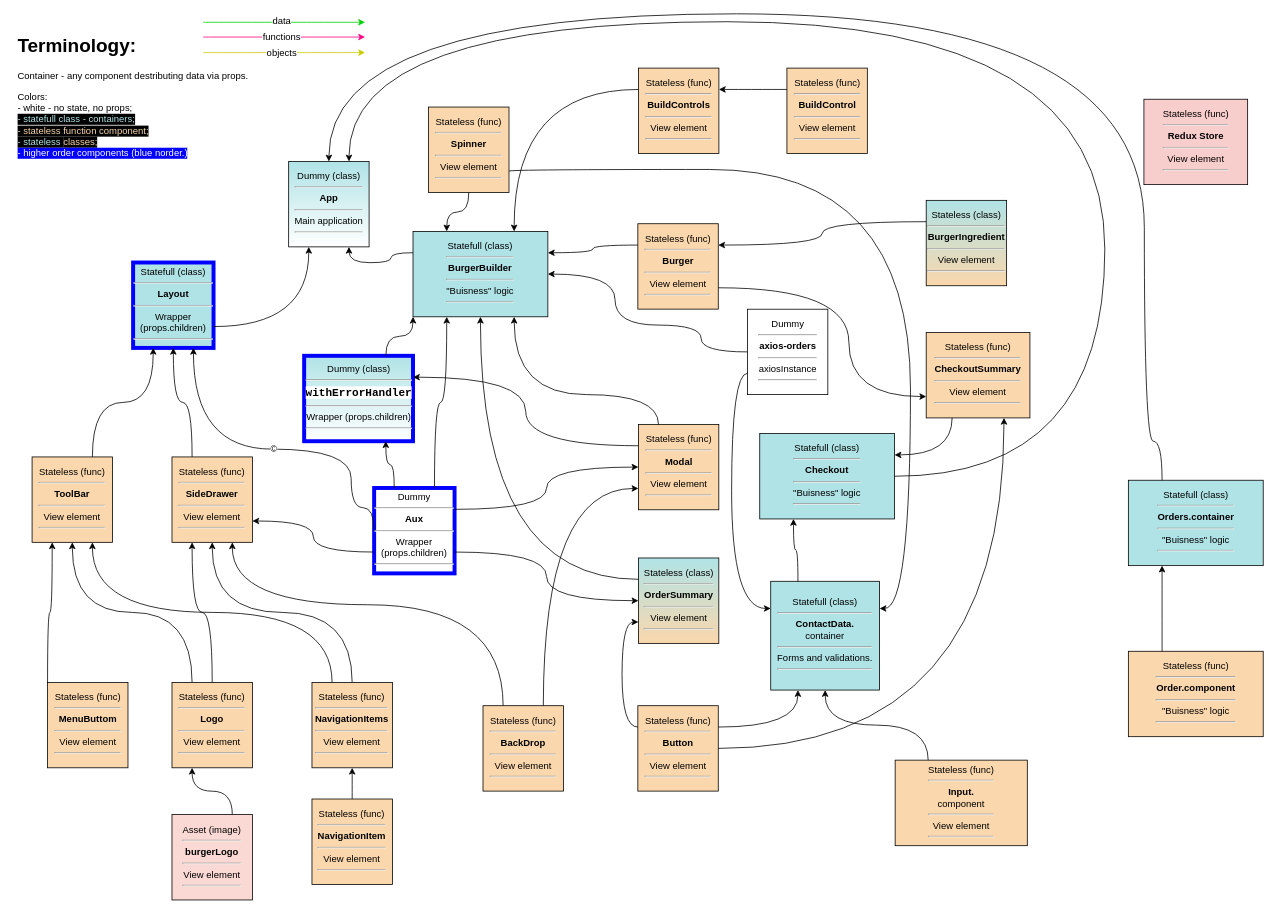
Before: page "Application stracture" (5 of 5) of burger-builder.drawio in Sergey190309/burger-builder, a draw.io diagram. Source tidied: cells renumbered, new cells numbered last; positions are measured from the earlier drawing's top-left corner, leaving out a move shared by most shapes. Both pictures are drawn from the tidied source at 79%, with x=0, y=0 at pixel (13, 13).
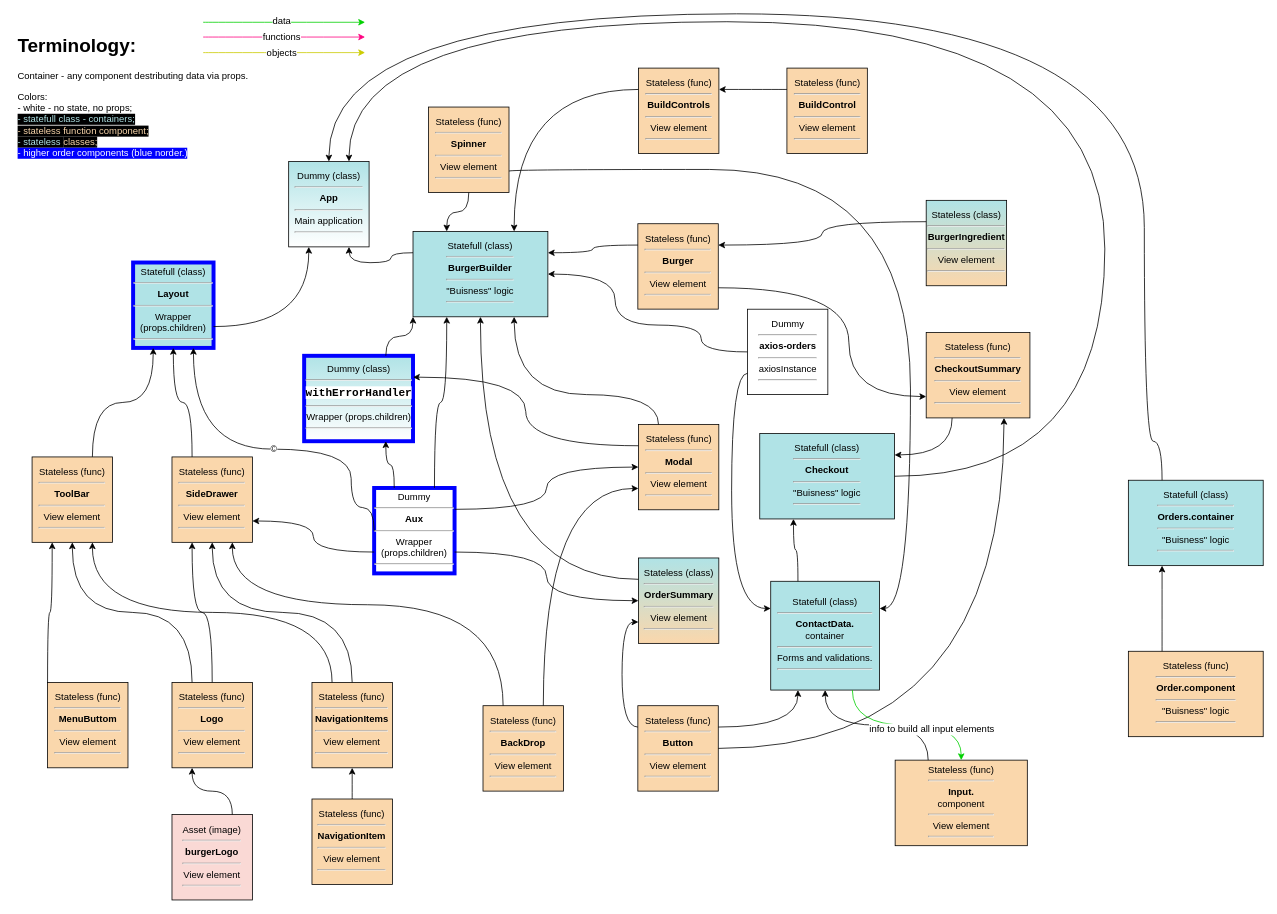
After the change.

The change refers to these unchanged cells:
```xml
<mxCell id="36" value="Statefull (class)&lt;br&gt;&lt;hr&gt;&lt;b&gt;ContactData.&lt;br&gt;&lt;/b&gt;container&lt;br&gt;&lt;hr&gt;Forms and validations.&lt;br&gt;&lt;hr&gt;" style="rounded=0;whiteSpace=wrap;html=1;fillColor=#b0e3e6;strokeColor=#000000;arcSize=0;glass=0;comic=0;shadow=0;" parent="9" vertex="1">
  <mxGeometry x="958.1" y="718.3" width="137.8" height="137.7" as="geometry" />
</mxCell>
<mxCell id="39" value="Stateless (func)&lt;br&gt;&lt;hr&gt;&lt;b&gt;Input.&lt;br&gt;&lt;/b&gt;component&lt;br&gt;&lt;hr&gt;View element&lt;br&gt;&lt;hr&gt;" style="rounded=0;whiteSpace=wrap;html=1;fillColor=#fad7ac;strokeColor=#000000;arcSize=0;glass=0;comic=0;shadow=0;" parent="9" vertex="1">
  <mxGeometry x="1115.6" y="944.7" width="167.3" height="108.3" as="geometry" />
</mxCell>
```

What changed in the source:
```diff
@@
-    <mxCell id="40" parent="0" />
-    <mxCell id="41" value="Stateless (func)&lt;br&gt;&lt;hr&gt;&lt;b&gt;Redux Store&lt;/b&gt;&lt;br&gt;&lt;hr&gt;View element&lt;br&gt;&lt;hr&gt;" style="rounded=0;whiteSpace=wrap;html=1;fillColor=#f8cecc;strokeColor=#000000;arcSize=0;glass=0;comic=0;shadow=0;" parent="40" vertex="1">
-      <mxGeometry x="1430.5" y="108.1" width="131.3" height="108.1" as="geometry" />
-    </mxCell>
@@
+    <mxCell id="86" parent="0" />
+    <mxCell id="87" style="edgeStyle=orthogonalEdgeStyle;curved=1;rounded=0;jettySize=auto;html=1;exitX=0.75;exitY=1;exitDx=0;exitDy=0;entryX=0.5;entryY=0;entryDx=0;entryDy=0;strokeColor=#00D100;" parent="86" edge="1" source="36" target="39">
+      <mxGeometry relative="1" as="geometry" />
+    </mxCell>
+    <mxCell id="88" value="info to build all input elements" style="text;html=1;align=center;verticalAlign=middle;labelBackgroundColor=#ffffff;" parent="87" vertex="1">
+      <mxGeometry x="0.27" y="-5" relative="1" as="geometry" />
+    </mxCell>
```
